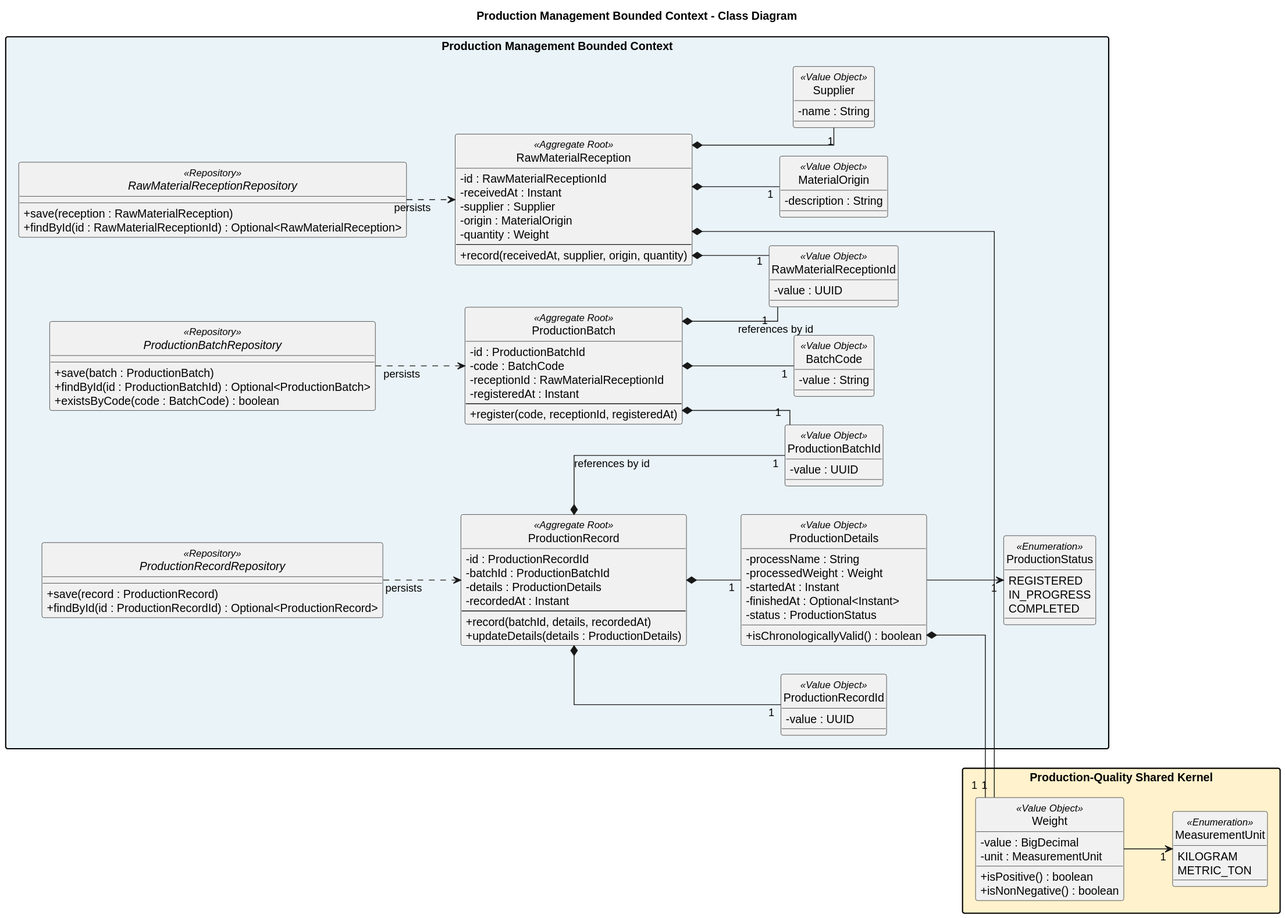
Above: assets/Images Chapter 4/Software Object-Oriented Design/Class Diagrams/production-management-class-diagram.svg in Vanguard-app-web/molinex-report (PlantUML), before the change.
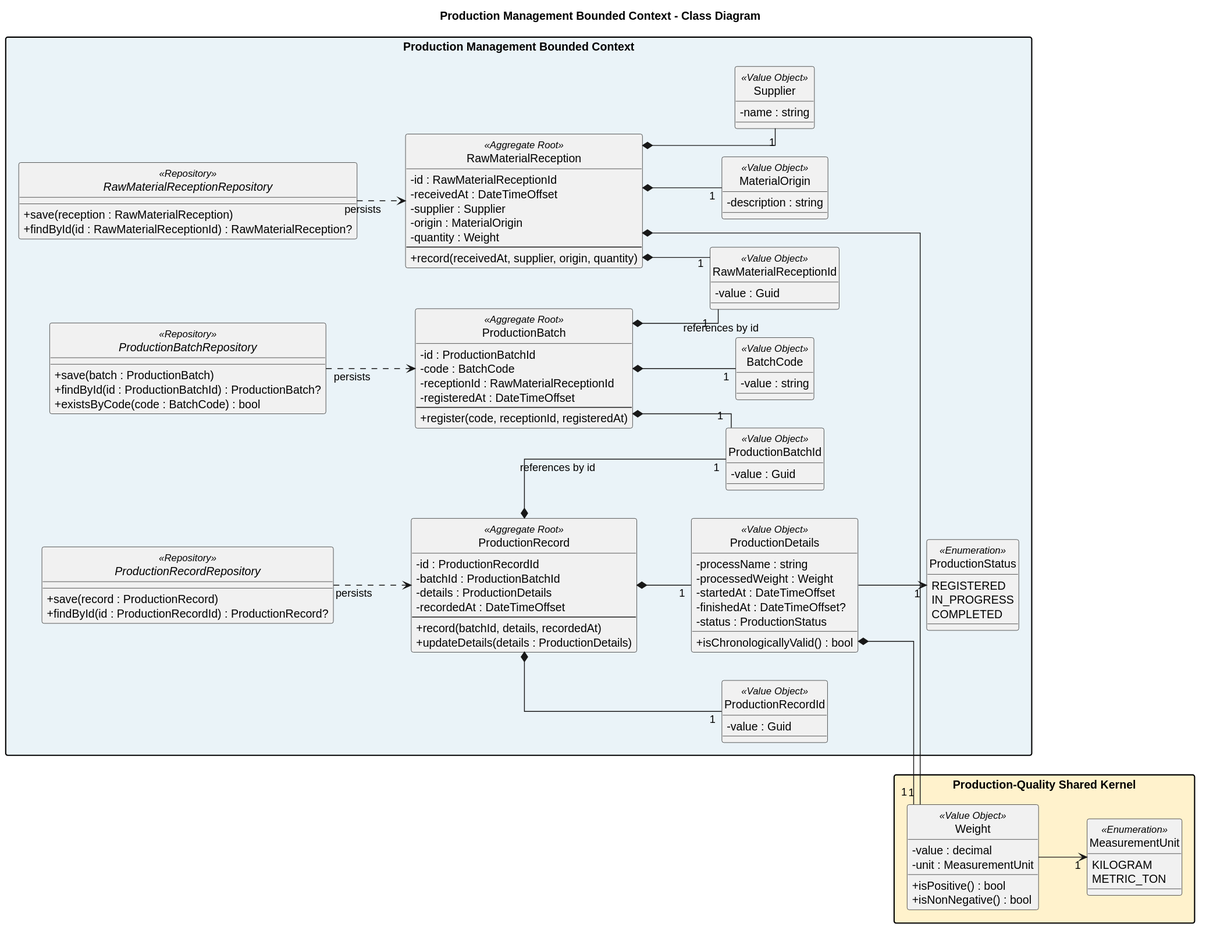
The same file after the commit.

Change to the diagram source:
```diff
@@ -9,10 +9,10 @@
 
 package "Production-Quality Shared Kernel" #FFF2CC {
   class Weight <<Value Object>> {
-    -value : BigDecimal
+    -value : decimal
     -unit : MeasurementUnit
-    +isPositive() : boolean
-    +isNonNegative() : boolean
+    +isPositive() : bool
+    +isNonNegative() : bool
   }
 
   enum MeasurementUnit <<Enumeration>> {
@@ -24,7 +24,7 @@
 package "Production Management Bounded Context" #EAF3F8 {
   class RawMaterialReception <<Aggregate Root>> {
     -id : RawMaterialReceptionId
-    -receivedAt : Instant
+    -receivedAt : DateTimeOffset
     -supplier : Supplier
     -origin : MaterialOrigin
     -quantity : Weight
@@ -36,7 +36,7 @@
     -id : ProductionBatchId
     -code : BatchCode
     -receptionId : RawMaterialReceptionId
-    -registeredAt : Instant
+    -registeredAt : DateTimeOffset
     --
     +register(code, receptionId, registeredAt)
   }
@@ -45,37 +45,37 @@
     -id : ProductionRecordId
     -batchId : ProductionBatchId
     -details : ProductionDetails
-    -recordedAt : Instant
+    -recordedAt : DateTimeOffset
     --
     +record(batchId, details, recordedAt)
     +updateDetails(details : ProductionDetails)
   }
 
   class RawMaterialReceptionId <<Value Object>> {
-    -value : UUID
+    -value : Guid
   }
   class ProductionBatchId <<Value Object>> {
-    -value : UUID
+    -value : Guid
   }
   class ProductionRecordId <<Value Object>> {
-    -value : UUID
+    -value : Guid
   }
   class BatchCode <<Value Object>> {
-    -value : String
+    -value : string
   }
   class Supplier <<Value Object>> {
-    -name : String
+    -name : string
   }
   class MaterialOrigin <<Value Object>> {
-    -description : String
+    -description : string
   }
   class ProductionDetails <<Value Object>> {
-    -processName : String
+    -processName : string
     -processedWeight : Weight
-    -startedAt : Instant
-    -finishedAt : Optional<Instant>
+    -startedAt : DateTimeOffset
+    -finishedAt : DateTimeOffset?
     -status : ProductionStatus
-    +isChronologicallyValid() : boolean
+    +isChronologicallyValid() : bool
   }
   enum ProductionStatus <<Enumeration>> {
     REGISTERED
@@ -85,16 +85,16 @@
 
   interface RawMaterialReceptionRepository <<Repository>> {
     +save(reception : RawMaterialReception)
-    +findById(id : RawMaterialReceptionId) : Optional<RawMaterialReception>
+    +findById(id : RawMaterialReceptionId) : RawMaterialReception?
   }
   interface ProductionBatchRepository <<Repository>> {
     +save(batch : ProductionBatch)
-    +findById(id : ProductionBatchId) : Optional<ProductionBatch>
-    +existsByCode(code : BatchCode) : boolean
+    +findById(id : ProductionBatchId) : ProductionBatch?
+    +existsByCode(code : BatchCode) : bool
   }
   interface ProductionRecordRepository <<Repository>> {
     +save(record : ProductionRecord)
-    +findById(id : ProductionRecordId) : Optional<ProductionRecord>
+    +findById(id : ProductionRecordId) : ProductionRecord?
   }
 }
 
```
